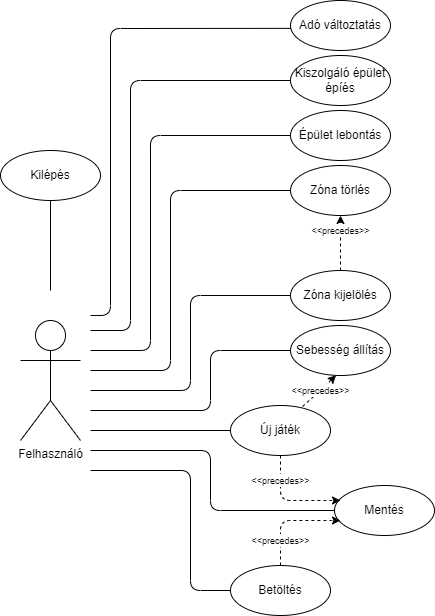
Before: Documentation/diagrams/usecasediagram.drawio.png, a diagram exported from draw.io (K-Kristof-work/test). Source tidied: cells renumbered, new cells last; positions are measured from the earlier drawing's top-left corner, leaving out a move shared by most shapes.
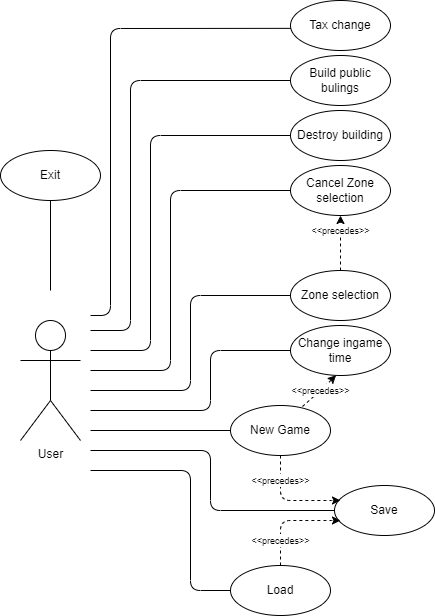
The same diagram one commit later.

Diff of the diagram source:
```diff
@@ -2,37 +2,37 @@
   <root>
     <mxCell id="0" />
     <mxCell id="1" parent="0" />
-    <mxCell id="2" value="Felhasználó" style="shape=umlActor;verticalLabelPosition=bottom;verticalAlign=top;html=1;" parent="1" vertex="1">
+    <mxCell id="2" value="User" style="shape=umlActor;verticalLabelPosition=bottom;verticalAlign=top;html=1;" parent="1" vertex="1">
       <mxGeometry x="20" y="320" width="60" height="120" as="geometry" />
     </mxCell>
-    <mxCell id="3" value="Új játék" style="ellipse;whiteSpace=wrap;html=1;" parent="1" vertex="1">
+    <mxCell id="3" value="New Game" style="ellipse;whiteSpace=wrap;html=1;" parent="1" vertex="1">
       <mxGeometry x="230" y="405" width="100" height="50" as="geometry" />
     </mxCell>
-    <mxCell id="4" value="Zóna kijelölés" style="ellipse;whiteSpace=wrap;html=1;" parent="1" vertex="1">
+    <mxCell id="4" value="Zone selection" style="ellipse;whiteSpace=wrap;html=1;" parent="1" vertex="1">
       <mxGeometry x="290" y="270" width="100" height="50" as="geometry" />
     </mxCell>
-    <mxCell id="5" value="Kiszolgáló épület épíés" style="ellipse;whiteSpace=wrap;html=1;" parent="1" vertex="1">
+    <mxCell id="5" value="Build public bulings" style="ellipse;whiteSpace=wrap;html=1;" parent="1" vertex="1">
       <mxGeometry x="290" y="55" width="100" height="50" as="geometry" />
     </mxCell>
-    <mxCell id="6" value="Mentés" style="ellipse;whiteSpace=wrap;html=1;" parent="1" vertex="1">
+    <mxCell id="6" value="Save" style="ellipse;whiteSpace=wrap;html=1;" parent="1" vertex="1">
       <mxGeometry x="334" y="485" width="100" height="50" as="geometry" />
     </mxCell>
-    <mxCell id="7" value="Betöltés" style="ellipse;whiteSpace=wrap;html=1;" parent="1" vertex="1">
+    <mxCell id="7" value="Load" style="ellipse;whiteSpace=wrap;html=1;" parent="1" vertex="1">
       <mxGeometry x="230" y="565" width="100" height="50" as="geometry" />
     </mxCell>
-    <mxCell id="8" value="Sebesség állítás" style="ellipse;whiteSpace=wrap;html=1;" parent="1" vertex="1">
+    <mxCell id="8" value="Change ingame time" style="ellipse;whiteSpace=wrap;html=1;" parent="1" vertex="1">
       <mxGeometry x="290" y="325" width="100" height="50" as="geometry" />
     </mxCell>
-    <mxCell id="9" value="Épület lebontás" style="ellipse;whiteSpace=wrap;html=1;" parent="1" vertex="1">
+    <mxCell id="9" value="Destroy building" style="ellipse;whiteSpace=wrap;html=1;" parent="1" vertex="1">
       <mxGeometry x="290" y="110" width="100" height="50" as="geometry" />
     </mxCell>
-    <mxCell id="10" value="Adó változtatás" style="ellipse;whiteSpace=wrap;html=1;" parent="1" vertex="1">
+    <mxCell id="10" value="Tax change" style="ellipse;whiteSpace=wrap;html=1;" parent="1" vertex="1">
       <mxGeometry x="290" width="100" height="50" as="geometry" />
     </mxCell>
-    <mxCell id="11" value="Zóna törlés" style="ellipse;whiteSpace=wrap;html=1;" parent="1" vertex="1">
+    <mxCell id="11" value="Cancel Zone selection" style="ellipse;whiteSpace=wrap;html=1;" parent="1" vertex="1">
       <mxGeometry x="290" y="165" width="100" height="50" as="geometry" />
     </mxCell>
-    <mxCell id="12" value="Kilépés" style="ellipse;whiteSpace=wrap;html=1;" parent="1" vertex="1">
+    <mxCell id="12" value="Exit" style="ellipse;whiteSpace=wrap;html=1;" parent="1" vertex="1">
       <mxGeometry y="150" width="100" height="50" as="geometry" />
     </mxCell>
     <mxCell id="13" style="endArrow=none;html=1;rounded=0;entryX=0.5;entryY=1;entryDx=0;entryDy=0;endFill=0;" parent="1" edge="1" target="12">
```
